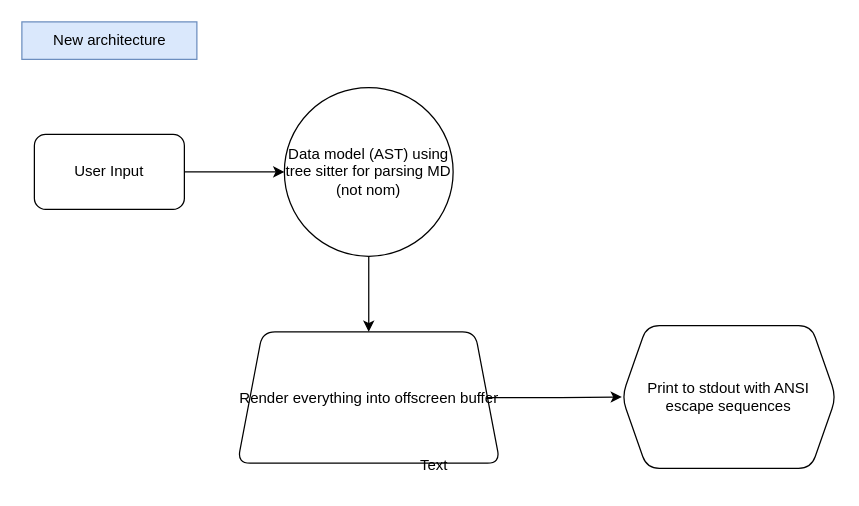
Earlier version of the draw.io diagram arch.drawio (r3bl-org/diagrams). Source tidied: cells renumbered, new cells numbered last; positions are measured from the earlier drawing's top-left corner, leaving out a move shared by most shapes. Both pictures are drawn from the tidied source at 125%, with x=0, y=0 at pixel (21, 21).
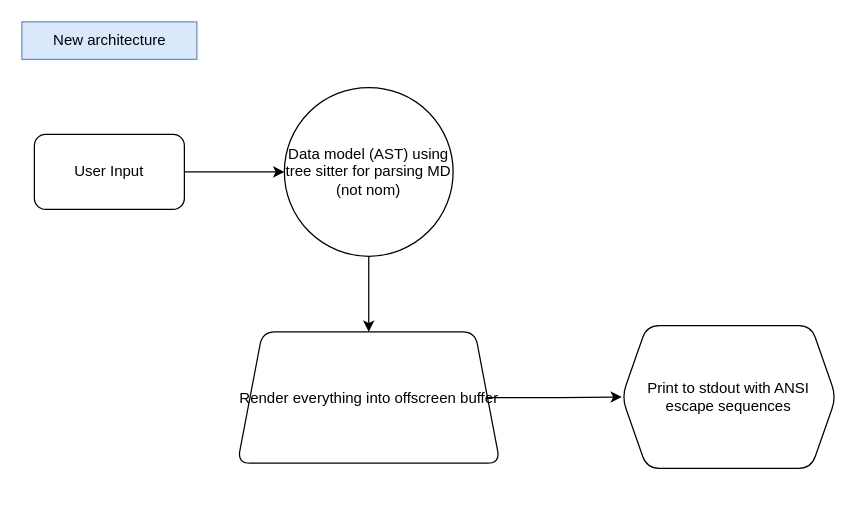
The same diagram, later.

The edit, as a diff of the source:
```diff
@@
 <mxGraphModel>
   <root>
     <mxCell id="0" />
     <mxCell id="1" parent="0" />
     <mxCell id="2" style="edgeStyle=orthogonalEdgeStyle;rounded=0;jettySize=auto;html=1;" parent="1" edge="1" source="3" target="5">
       <mxGeometry relative="1" as="geometry" />
     </mxCell>
     <mxCell id="3" value="User Input" style="rounded=1;whiteSpace=wrap;html=1;" parent="1" vertex="1">
       <mxGeometry x="10" y="90" width="120" height="60" as="geometry" />
     </mxCell>
     <mxCell id="4" style="edgeStyle=orthogonalEdgeStyle;rounded=0;jettySize=auto;html=1;" parent="1" edge="1" source="5" target="7">
       <mxGeometry relative="1" as="geometry" />
     </mxCell>
     <mxCell id="5" value="Data model (AST) using tree sitter for parsing MD (not nom)" style="ellipse;whiteSpace=wrap;html=1;rounded=1;" parent="1" vertex="1">
       <mxGeometry x="210" y="52.5" width="135" height="135" as="geometry" />
     </mxCell>
     <mxCell id="6" style="edgeStyle=orthogonalEdgeStyle;rounded=0;jettySize=auto;html=1;" parent="1" edge="1" source="7" target="8">
       <mxGeometry relative="1" as="geometry" />
     </mxCell>
     <mxCell id="7" value="Render everything into offscreen buffer" style="shape=trapezoid;perimeter=trapezoidPerimeter;whiteSpace=wrap;html=1;fixedSize=1;rounded=1;" parent="1" vertex="1">
       <mxGeometry x="172.5" y="248" width="210" height="105" as="geometry" />
     </mxCell>
     <mxCell id="8" value="Print to stdout with ANSI escape sequences" style="shape=hexagon;perimeter=hexagonPerimeter2;whiteSpace=wrap;html=1;fixedSize=1;rounded=1;" parent="1" vertex="1">
       <mxGeometry x="480" y="243" width="171.4" height="114.2" as="geometry" />
     </mxCell>
-    <mxCell id="9" value="Text" style="text;html=1;strokeColor=none;fillColor=none;align=center;verticalAlign=middle;whiteSpace=wrap;rounded=0;" parent="1" vertex="1">
-      <mxGeometry x="300" y="340" width="60" height="30" as="geometry" />
-    </mxCell>
     <mxCell id="10" value="New architecture" style="text;html=1;align=center;verticalAlign=middle;strokeColor=#6c8ebf;fillColor=#dae8fc;" parent="1" vertex="1">
       <mxGeometry width="140" height="30" as="geometry" />
     </mxCell>
   </root>
 </mxGraphModel>
```
